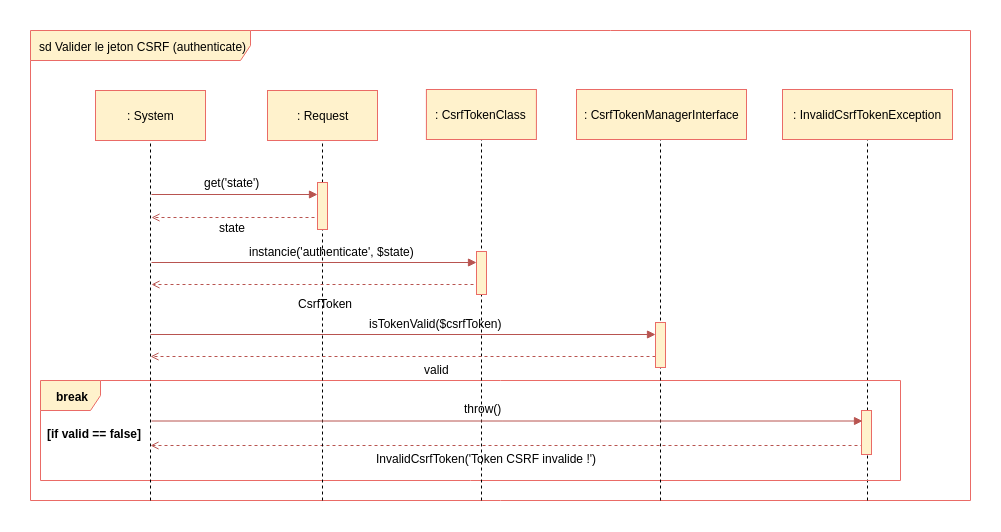
Before: frontend/Diagrammes/Valider_jeton_csrf_(authenticate).png, a diagram exported from draw.io (Thibok/Bilemo). Source tidied: cells renumbered, new cells last; positions are measured from the earlier drawing's top-left corner, leaving out a move shared by most shapes. Source of this version:
```xml
<mxGraphModel background="#ffffff">
  <root>
    <mxCell id="0" />
    <mxCell id="1" parent="0" />
    <mxCell id="2" value="sd Valider le jeton CSRF (authenticate)" style="shape=umlFrame;whiteSpace=wrap;html=1;width=220;height=30;fillColor=#fff2cc;strokeColor=#EA6B66;" parent="1" vertex="1">
      <mxGeometry width="940" height="470" as="geometry" />
    </mxCell>
    <mxCell id="3" style="endArrow=open;html=1;endFill=0;fillColor=#f8cecc;strokeColor=#b85450;dashed=1;" parent="1" edge="1">
      <mxGeometry relative="1" as="geometry">
        <mxPoint x="833" y="415" as="sourcePoint" />
        <mxPoint x="120" y="415" as="targetPoint" />
      </mxGeometry>
    </mxCell>
    <mxCell id="4" style="endArrow=none;dashed=1;html=1;entryX=0.5;entryY=1;exitX=0.36;exitY=1.001;exitPerimeter=0;" parent="1" edge="1">
      <mxGeometry relative="1" as="geometry">
        <mxPoint x="837" y="470" as="sourcePoint" />
        <mxPoint x="837" y="107" as="targetPoint" />
      </mxGeometry>
    </mxCell>
    <mxCell id="5" value="break" style="shape=umlFrame;whiteSpace=wrap;html=1;fontColor=#000000;fillColor=#fff2cc;strokeColor=#EA6B66;fontStyle=1;" parent="1" vertex="1">
      <mxGeometry x="10" y="350" width="860" height="100" as="geometry" />
    </mxCell>
    <mxCell id="6" style="endArrow=none;dashed=1;html=1;entryX=0.5;entryY=1;exitX=0.246;exitY=1;exitPerimeter=0;" parent="1" edge="1">
      <mxGeometry relative="1" as="geometry">
        <mxPoint x="451" y="470" as="sourcePoint" />
        <mxPoint x="451" y="94" as="targetPoint" />
      </mxGeometry>
    </mxCell>
    <mxCell id="7" style="endArrow=none;dashed=1;html=1;entryX=0.5;entryY=1;" parent="1" edge="1">
      <mxGeometry relative="1" as="geometry">
        <mxPoint x="120" y="470" as="sourcePoint" />
        <mxPoint x="120" y="109" as="targetPoint" />
      </mxGeometry>
    </mxCell>
    <mxCell id="8" style="endArrow=open;html=1;endFill=0;fillColor=#f8cecc;strokeColor=#b85450;dashed=1;" parent="1" edge="1">
      <mxGeometry relative="1" as="geometry">
        <mxPoint x="284" y="187" as="sourcePoint" />
        <mxPoint x="121" y="187" as="targetPoint" />
      </mxGeometry>
    </mxCell>
    <mxCell id="9" style="endArrow=none;dashed=1;html=1;entryX=0.5;entryY=1;exitX=0.133;exitY=1.002;exitPerimeter=0;" parent="1" edge="1">
      <mxGeometry relative="1" as="geometry">
        <mxPoint x="292" y="470" as="sourcePoint" />
        <mxPoint x="292" y="102" as="targetPoint" />
      </mxGeometry>
    </mxCell>
    <mxCell id="10" value=": Request" style="html=1;fillColor=#fff2cc;strokeColor=#EA6B66;" parent="1" vertex="1">
      <mxGeometry x="237" y="60" width="110" height="50" as="geometry" />
    </mxCell>
    <mxCell id="11" style="endArrow=none;dashed=1;html=1;entryX=0.5;entryY=1;exitX=0.36;exitY=1.001;exitPerimeter=0;" parent="1" edge="1">
      <mxGeometry relative="1" as="geometry">
        <mxPoint x="630" y="470" as="sourcePoint" />
        <mxPoint x="630" y="106" as="targetPoint" />
      </mxGeometry>
    </mxCell>
    <mxCell id="12" value=": CsrfTokenClass" style="html=1;fillColor=#fff2cc;strokeColor=#EA6B66;" parent="1" vertex="1">
      <mxGeometry x="395.9" y="59" width="110" height="50" as="geometry" />
    </mxCell>
    <mxCell id="13" value=": CsrfTokenManagerInterface" style="html=1;fillColor=#fff2cc;strokeColor=#EA6B66;" parent="1" vertex="1">
      <mxGeometry x="546" y="59" width="170" height="50" as="geometry" />
    </mxCell>
    <mxCell id="14" style="endArrow=block;html=1;endFill=1;fillColor=#f8cecc;strokeColor=#b85450;" parent="1" edge="1">
      <mxGeometry relative="1" as="geometry">
        <mxPoint x="120" y="304" as="sourcePoint" />
        <mxPoint x="625" y="304" as="targetPoint" />
      </mxGeometry>
    </mxCell>
    <mxCell id="15" value=": System" style="html=1;fillColor=#fff2cc;strokeColor=#EA6B66;" parent="1" vertex="1">
      <mxGeometry x="65" y="60" width="110" height="50" as="geometry" />
    </mxCell>
    <mxCell id="16" style="endArrow=block;html=1;endFill=1;fillColor=#f8cecc;strokeColor=#b85450;" parent="1" edge="1">
      <mxGeometry relative="1" as="geometry">
        <mxPoint x="121" y="164" as="sourcePoint" />
        <mxPoint x="287" y="164" as="targetPoint" />
      </mxGeometry>
    </mxCell>
    <mxCell id="17" style="html=1;perimeter=orthogonalPerimeter;fillColor=#fff2cc;strokeColor=#EA6B66;" parent="1" vertex="1">
      <mxGeometry x="287" y="152" width="10" height="47" as="geometry" />
    </mxCell>
    <mxCell id="18" value="get('state')" style="text;html=1;align=left;verticalAlign=top;spacingTop=-4;" parent="1" vertex="1">
      <mxGeometry x="172" y="143" width="70" height="20" as="geometry" />
    </mxCell>
    <mxCell id="19" value="state" style="text;html=1;align=left;verticalAlign=top;spacingTop=-4;" parent="1" vertex="1">
      <mxGeometry x="187" y="188" width="40" height="20" as="geometry" />
    </mxCell>
    <mxCell id="20" style="endArrow=open;html=1;endFill=0;fillColor=#f8cecc;strokeColor=#b85450;dashed=1;" parent="1" edge="1">
      <mxGeometry relative="1" as="geometry">
        <mxPoint x="449" y="254" as="sourcePoint" />
        <mxPoint x="121" y="254" as="targetPoint" />
      </mxGeometry>
    </mxCell>
    <mxCell id="21" style="html=1;perimeter=orthogonalPerimeter;fillColor=#fff2cc;strokeColor=#EA6B66;" parent="1" vertex="1">
      <mxGeometry x="831" y="380" width="10" height="44" as="geometry" />
    </mxCell>
    <mxCell id="22" value=": InvalidCsrfTokenException" style="html=1;fillColor=#fff2cc;strokeColor=#EA6B66;" parent="1" vertex="1">
      <mxGeometry x="752" y="59" width="170" height="50" as="geometry" />
    </mxCell>
    <mxCell id="23" style="endArrow=block;html=1;endFill=1;fillColor=#f8cecc;strokeColor=#b85450;" parent="1" edge="1">
      <mxGeometry relative="1" as="geometry">
        <mxPoint x="121" y="232" as="sourcePoint" />
        <mxPoint x="446" y="232" as="targetPoint" />
      </mxGeometry>
    </mxCell>
    <mxCell id="24" value="instancie('authenticate', $state)" style="text;html=1;align=left;verticalAlign=top;spacingTop=-4;" parent="1" vertex="1">
      <mxGeometry x="217" y="212" width="180" height="20" as="geometry" />
    </mxCell>
    <mxCell id="25" style="html=1;perimeter=orthogonalPerimeter;fillColor=#fff2cc;strokeColor=#EA6B66;" parent="1" vertex="1">
      <mxGeometry x="446" y="221" width="10" height="43" as="geometry" />
    </mxCell>
    <mxCell id="26" value="CsrfToken" style="text;html=1;align=left;verticalAlign=top;spacingTop=-4;" parent="1" vertex="1">
      <mxGeometry x="266" y="264" width="70" height="20" as="geometry" />
    </mxCell>
    <mxCell id="27" value="isTokenValid($csrfToken)" style="text;html=1;align=left;verticalAlign=top;spacingTop=-4;" parent="1" vertex="1">
      <mxGeometry x="337" y="284" width="150" height="20" as="geometry" />
    </mxCell>
    <mxCell id="28" style="endArrow=open;html=1;endFill=0;fillColor=#f8cecc;strokeColor=#b85450;dashed=1;" parent="1" edge="1">
      <mxGeometry relative="1" as="geometry">
        <mxPoint x="625" y="326" as="sourcePoint" />
        <mxPoint x="120" y="326" as="targetPoint" />
      </mxGeometry>
    </mxCell>
    <mxCell id="29" value="valid" style="text;html=1;align=left;verticalAlign=top;spacingTop=-4;" parent="1" vertex="1">
      <mxGeometry x="392" y="330" width="40" height="20" as="geometry" />
    </mxCell>
    <mxCell id="30" style="html=1;perimeter=orthogonalPerimeter;fillColor=#fff2cc;strokeColor=#EA6B66;" parent="1" vertex="1">
      <mxGeometry x="625" y="292" width="10" height="45" as="geometry" />
    </mxCell>
    <mxCell id="31" value="[if valid == false]" style="text;html=1;align=left;verticalAlign=top;spacingTop=-4;fontStyle=1;" parent="1" vertex="1">
      <mxGeometry x="15" y="394" width="100" height="20" as="geometry" />
    </mxCell>
    <mxCell id="32" style="endArrow=block;html=1;endFill=1;fillColor=#f8cecc;strokeColor=#b85450;" parent="1" edge="1">
      <mxGeometry relative="1" as="geometry">
        <mxPoint x="121" y="390.5" as="sourcePoint" />
        <mxPoint x="832" y="390.5" as="targetPoint" />
      </mxGeometry>
    </mxCell>
    <mxCell id="33" value="&lt;span&gt;InvalidCsrfToken('Token CSRF invalide !')&lt;/span&gt;" style="text;html=1;align=left;verticalAlign=top;spacingTop=-4;" parent="1" vertex="1">
      <mxGeometry x="344" y="419" width="240" height="20" as="geometry" />
    </mxCell>
    <mxCell id="34" value="throw()" style="text;html=1;align=left;verticalAlign=top;spacingTop=-4;" parent="1" vertex="1">
      <mxGeometry x="432" y="369" width="50" height="20" as="geometry" />
    </mxCell>
  </root>
</mxGraphModel>
```
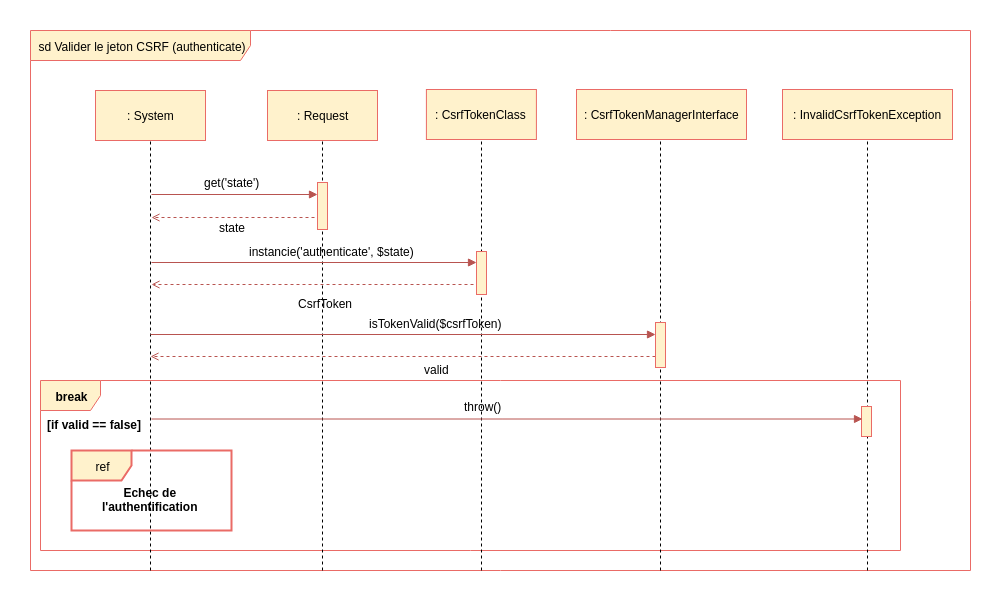
After the commit.

Change to the diagram source:
```diff
@@ -3,32 +3,26 @@
     <mxCell id="0" />
     <mxCell id="1" parent="0" />
     <mxCell id="2" value="sd Valider le jeton CSRF (authenticate)" style="shape=umlFrame;whiteSpace=wrap;html=1;width=220;height=30;fillColor=#fff2cc;strokeColor=#EA6B66;" parent="1" vertex="1">
-      <mxGeometry width="940" height="470" as="geometry" />
+      <mxGeometry width="940" height="540" as="geometry" />
     </mxCell>
-    <mxCell id="3" style="endArrow=open;html=1;endFill=0;fillColor=#f8cecc;strokeColor=#b85450;dashed=1;" parent="1" edge="1">
-      <mxGeometry relative="1" as="geometry">
-        <mxPoint x="833" y="415" as="sourcePoint" />
-        <mxPoint x="120" y="415" as="targetPoint" />
-      </mxGeometry>
-    </mxCell>
+    <mxCell id="5" value="break" style="shape=umlFrame;whiteSpace=wrap;html=1;fontColor=#000000;fillColor=#fff2cc;strokeColor=#EA6B66;fontStyle=1;" parent="1" vertex="1">
+      <mxGeometry x="10" y="350" width="860" height="170" as="geometry" />
+    </mxCell>
     <mxCell id="4" style="endArrow=none;dashed=1;html=1;entryX=0.5;entryY=1;exitX=0.36;exitY=1.001;exitPerimeter=0;" parent="1" edge="1">
       <mxGeometry relative="1" as="geometry">
-        <mxPoint x="837" y="470" as="sourcePoint" />
+        <mxPoint x="837" y="540" as="sourcePoint" />
         <mxPoint x="837" y="107" as="targetPoint" />
       </mxGeometry>
     </mxCell>
-    <mxCell id="5" value="break" style="shape=umlFrame;whiteSpace=wrap;html=1;fontColor=#000000;fillColor=#fff2cc;strokeColor=#EA6B66;fontStyle=1;" parent="1" vertex="1">
-      <mxGeometry x="10" y="350" width="860" height="100" as="geometry" />
-    </mxCell>
     <mxCell id="6" style="endArrow=none;dashed=1;html=1;entryX=0.5;entryY=1;exitX=0.246;exitY=1;exitPerimeter=0;" parent="1" edge="1">
       <mxGeometry relative="1" as="geometry">
-        <mxPoint x="451" y="470" as="sourcePoint" />
+        <mxPoint x="451" y="540" as="sourcePoint" />
         <mxPoint x="451" y="94" as="targetPoint" />
       </mxGeometry>
     </mxCell>
     <mxCell id="7" style="endArrow=none;dashed=1;html=1;entryX=0.5;entryY=1;" parent="1" edge="1">
       <mxGeometry relative="1" as="geometry">
-        <mxPoint x="120" y="470" as="sourcePoint" />
+        <mxPoint x="120" y="540" as="sourcePoint" />
         <mxPoint x="120" y="109" as="targetPoint" />
       </mxGeometry>
     </mxCell>
@@ -40,7 +34,7 @@
     </mxCell>
     <mxCell id="9" style="endArrow=none;dashed=1;html=1;entryX=0.5;entryY=1;exitX=0.133;exitY=1.002;exitPerimeter=0;" parent="1" edge="1">
       <mxGeometry relative="1" as="geometry">
-        <mxPoint x="292" y="470" as="sourcePoint" />
+        <mxPoint x="292" y="540" as="sourcePoint" />
         <mxPoint x="292" y="102" as="targetPoint" />
       </mxGeometry>
     </mxCell>
@@ -49,7 +43,7 @@
     </mxCell>
     <mxCell id="11" style="endArrow=none;dashed=1;html=1;entryX=0.5;entryY=1;exitX=0.36;exitY=1.001;exitPerimeter=0;" parent="1" edge="1">
       <mxGeometry relative="1" as="geometry">
-        <mxPoint x="630" y="470" as="sourcePoint" />
+        <mxPoint x="630" y="540" as="sourcePoint" />
         <mxPoint x="630" y="106" as="targetPoint" />
       </mxGeometry>
     </mxCell>
@@ -90,7 +84,7 @@
       </mxGeometry>
     </mxCell>
     <mxCell id="21" style="html=1;perimeter=orthogonalPerimeter;fillColor=#fff2cc;strokeColor=#EA6B66;" parent="1" vertex="1">
-      <mxGeometry x="831" y="380" width="10" height="44" as="geometry" />
+      <mxGeometry x="831" y="376" width="10" height="30" as="geometry" />
     </mxCell>
     <mxCell id="22" value=": InvalidCsrfTokenException" style="html=1;fillColor=#fff2cc;strokeColor=#EA6B66;" parent="1" vertex="1">
       <mxGeometry x="752" y="59" width="170" height="50" as="geometry" />
@@ -126,19 +120,22 @@
       <mxGeometry x="625" y="292" width="10" height="45" as="geometry" />
     </mxCell>
     <mxCell id="31" value="[if valid == false]" style="text;html=1;align=left;verticalAlign=top;spacingTop=-4;fontStyle=1;" parent="1" vertex="1">
-      <mxGeometry x="15" y="394" width="100" height="20" as="geometry" />
+      <mxGeometry x="15" y="385" width="100" height="20" as="geometry" />
     </mxCell>
     <mxCell id="32" style="endArrow=block;html=1;endFill=1;fillColor=#f8cecc;strokeColor=#b85450;" parent="1" edge="1">
       <mxGeometry relative="1" as="geometry">
-        <mxPoint x="121" y="390.5" as="sourcePoint" />
-        <mxPoint x="832" y="390.5" as="targetPoint" />
+        <mxPoint x="121" y="388.5" as="sourcePoint" />
+        <mxPoint x="832" y="388.5" as="targetPoint" />
       </mxGeometry>
     </mxCell>
-    <mxCell id="33" value="&lt;span&gt;InvalidCsrfToken('Token CSRF invalide !')&lt;/span&gt;" style="text;html=1;align=left;verticalAlign=top;spacingTop=-4;" parent="1" vertex="1">
-      <mxGeometry x="344" y="419" width="240" height="20" as="geometry" />
-    </mxCell>
     <mxCell id="34" value="throw()" style="text;html=1;align=left;verticalAlign=top;spacingTop=-4;" parent="1" vertex="1">
-      <mxGeometry x="432" y="369" width="50" height="20" as="geometry" />
+      <mxGeometry x="432" y="367" width="50" height="20" as="geometry" />
     </mxCell>
+    <mxCell id="35" value="ref" style="shape=umlFrame;whiteSpace=wrap;html=1;fillColor=#fff2cc;strokeColor=#EA6B66;strokeWidth=2;" parent="1" vertex="1">
+      <mxGeometry x="41" y="420" width="160" height="80" as="geometry" />
+    </mxCell>
+    <mxCell id="36" value="Echec de&lt;br&gt;l'authentification&lt;br&gt;" style="text;html=1;align=center;verticalAlign=top;spacingTop=-4;fontStyle=1;" parent="1" vertex="1">
+      <mxGeometry x="70" y="453" width="100" height="30" as="geometry" />
+    </mxCell>
   </root>
 </mxGraphModel>
```
